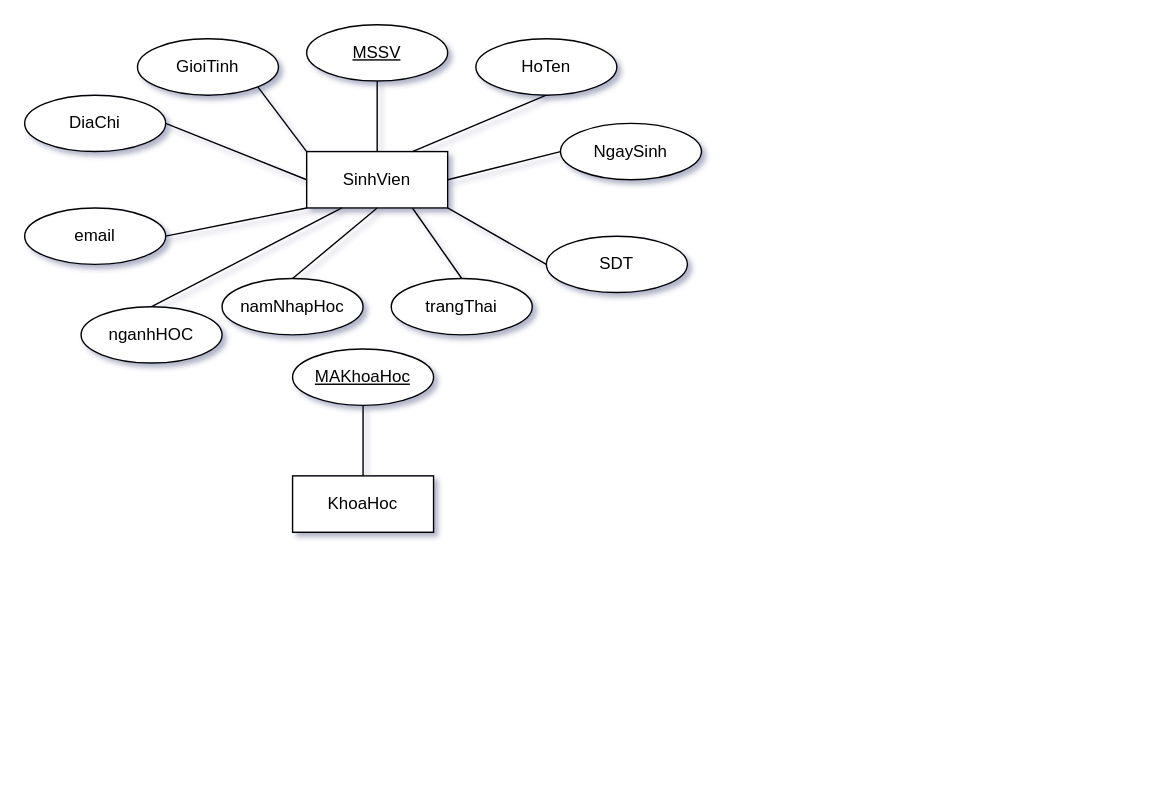
hoThanhThien/tkcsdl_HK_he keeps this draw.io diagram as test.drawio. Above is the earlier version. Source tidied: cells renumbered, new cells numbered last; positions are measured from the earlier drawing's top-left corner, leaving out a move shared by most shapes. Both pictures are drawn from the tidied source at 141%, with x=0, y=0 at pixel (24, 24).
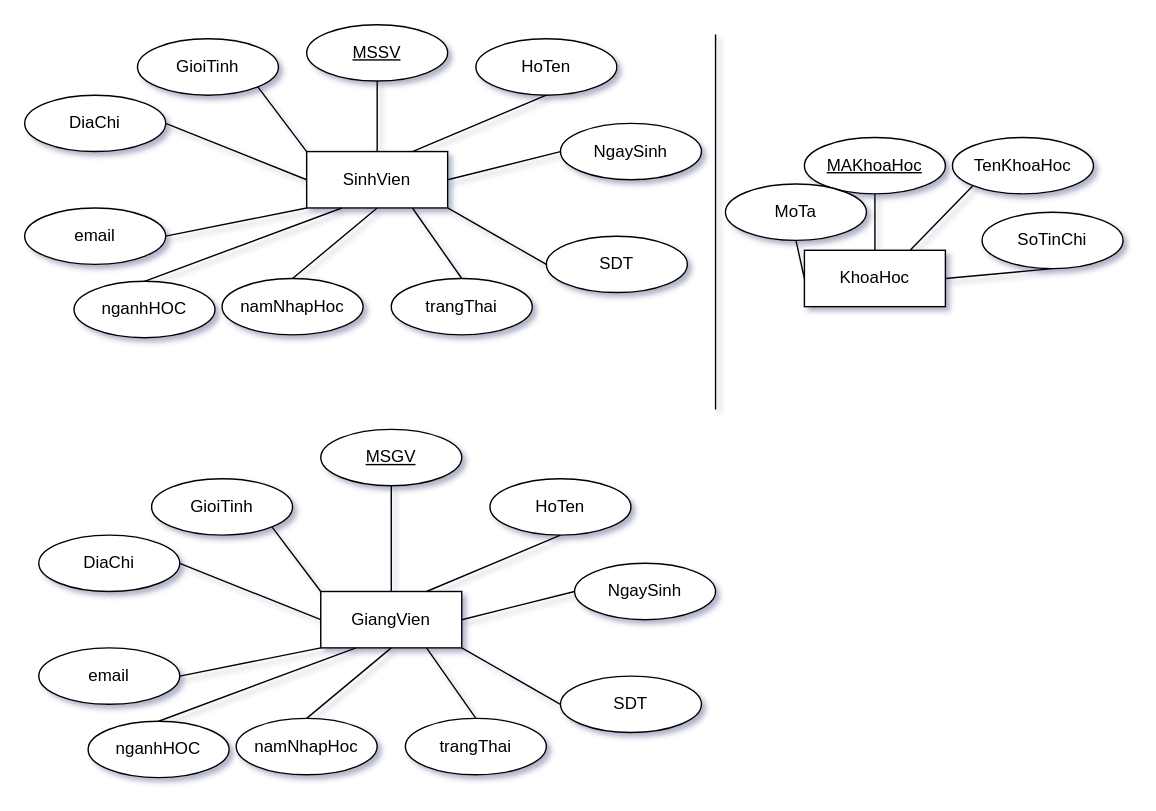
After the change.

Commit message (it also covers changes not shown here):
Cập nhật test.drawio

The edit, as a diff of the source:
```diff
@@
     <mxCell id="17" value="nganhHOC" style="ellipse;whiteSpace=wrap;html=1;align=center;labelBackgroundColor=none;rounded=0;" parent="1" vertex="1">
-      <mxGeometry x="40" y="200" width="100" height="40" as="geometry" />
+      <mxGeometry x="35" y="182" width="100" height="40" as="geometry" />
     </mxCell>
@@
     <mxCell id="23" value="KhoaHoc" style="whiteSpace=wrap;html=1;align=center;labelBackgroundColor=none;rounded=0;" parent="1" vertex="1">
-      <mxGeometry x="190" y="320" width="100" height="40" as="geometry" />
+      <mxGeometry x="553" y="160" width="100" height="40" as="geometry" />
     </mxCell>
     <mxCell id="24" value="MAKhoaHoc" style="ellipse;whiteSpace=wrap;html=1;align=center;fontStyle=4;labelBackgroundColor=none;rounded=0;" parent="1" vertex="1">
-      <mxGeometry x="190" y="230" width="100" height="40" as="geometry" />
+      <mxGeometry x="553" y="80" width="100" height="40" as="geometry" />
     </mxCell>
@@
+    <mxCell id="26" value="TenKhoaHoc" style="ellipse;whiteSpace=wrap;html=1;align=center;labelBackgroundColor=none;rounded=0;" parent="1" vertex="1">
+      <mxGeometry x="658" y="80" width="100" height="40" as="geometry" />
+    </mxCell>
+    <mxCell id="27" style="endArrow=none;html=1;rounded=0;exitX=0.75;exitY=0;exitDx=0;exitDy=0;entryX=0;entryY=1;entryDx=0;entryDy=0;labelBackgroundColor=none;fontColor=default;" parent="1" edge="1" source="23" target="26">
+      <mxGeometry relative="1" as="geometry" />
+    </mxCell>
+    <mxCell id="28" value="SoTinChi" style="ellipse;whiteSpace=wrap;html=1;align=center;labelBackgroundColor=none;rounded=0;" parent="1" vertex="1">
+      <mxGeometry x="679" y="133" width="100" height="40" as="geometry" />
+    </mxCell>
+    <mxCell id="29" style="endArrow=none;html=1;rounded=0;exitX=1;exitY=0.5;exitDx=0;exitDy=0;entryX=0.5;entryY=1;entryDx=0;entryDy=0;labelBackgroundColor=none;fontColor=default;" parent="1" edge="1" source="23" target="28">
+      <mxGeometry relative="1" as="geometry" />
+    </mxCell>
+    <mxCell id="30" value="MoTa" style="ellipse;whiteSpace=wrap;html=1;align=center;labelBackgroundColor=none;rounded=0;" parent="1" vertex="1">
+      <mxGeometry x="497" y="113" width="100" height="40" as="geometry" />
+    </mxCell>
+    <mxCell id="31" style="endArrow=none;html=1;rounded=0;entryX=0;entryY=0.5;entryDx=0;entryDy=0;labelBackgroundColor=none;fontColor=default;exitX=0.5;exitY=1;exitDx=0;exitDy=0;" parent="1" edge="1" source="30" target="23">
+      <mxGeometry relative="1" as="geometry" />
+    </mxCell>
+    <mxCell id="32" style="endArrow=none;html=1;rounded=0;" parent="1" edge="1">
+      <mxGeometry relative="1" as="geometry">
+        <mxPoint x="490" y="7" as="sourcePoint" />
+        <mxPoint x="490" y="273" as="targetPoint" />
+      </mxGeometry>
+    </mxCell>
+    <mxCell id="33" value="GiangVien" style="whiteSpace=wrap;html=1;align=center;labelBackgroundColor=none;rounded=0;" parent="1" vertex="1">
+      <mxGeometry x="210" y="402" width="100" height="40" as="geometry" />
+    </mxCell>
+    <mxCell id="34" style="endArrow=none;html=1;rounded=0;exitX=0.5;exitY=0;exitDx=0;exitDy=0;labelBackgroundColor=none;fontColor=default;entryX=0.5;entryY=1;entryDx=0;entryDy=0;" parent="1" edge="1" source="33" target="53">
+      <mxGeometry relative="1" as="geometry" />
+    </mxCell>
+    <mxCell id="35" value="HoTen" style="ellipse;whiteSpace=wrap;html=1;align=center;labelBackgroundColor=none;rounded=0;" parent="1" vertex="1">
+      <mxGeometry x="330" y="322" width="100" height="40" as="geometry" />
+    </mxCell>
+    <mxCell id="36" style="endArrow=none;html=1;rounded=0;exitX=0.75;exitY=0;exitDx=0;exitDy=0;entryX=0.5;entryY=1;entryDx=0;entryDy=0;labelBackgroundColor=none;fontColor=default;" parent="1" edge="1" source="33" target="35">
+      <mxGeometry relative="1" as="geometry" />
+    </mxCell>
+    <mxCell id="37" value="NgaySinh" style="ellipse;whiteSpace=wrap;html=1;align=center;labelBackgroundColor=none;rounded=0;" parent="1" vertex="1">
+      <mxGeometry x="390" y="382" width="100" height="40" as="geometry" />
+    </mxCell>
+    <mxCell id="38" style="endArrow=none;html=1;rounded=0;exitX=1;exitY=0.5;exitDx=0;exitDy=0;entryX=0;entryY=0.5;entryDx=0;entryDy=0;labelBackgroundColor=none;fontColor=default;" parent="1" edge="1" source="33" target="37">
+      <mxGeometry relative="1" as="geometry" />
+    </mxCell>
+    <mxCell id="39" value="GioiTinh" style="ellipse;whiteSpace=wrap;html=1;align=center;labelBackgroundColor=none;rounded=0;" parent="1" vertex="1">
+      <mxGeometry x="90" y="322" width="100" height="40" as="geometry" />
+    </mxCell>
+    <mxCell id="40" style="endArrow=none;html=1;rounded=0;exitX=0;exitY=0;exitDx=0;exitDy=0;entryX=1;entryY=1;entryDx=0;entryDy=0;labelBackgroundColor=none;fontColor=default;" parent="1" edge="1" source="33" target="39">
+      <mxGeometry relative="1" as="geometry" />
+    </mxCell>
+    <mxCell id="41" value="DiaChi" style="ellipse;whiteSpace=wrap;html=1;align=center;labelBackgroundColor=none;rounded=0;" parent="1" vertex="1">
+      <mxGeometry x="10" y="362" width="100" height="40" as="geometry" />
+    </mxCell>
+    <mxCell id="42" style="endArrow=none;html=1;rounded=0;exitX=0;exitY=0.5;exitDx=0;exitDy=0;entryX=1;entryY=0.5;entryDx=0;entryDy=0;labelBackgroundColor=none;fontColor=default;" parent="1" edge="1" source="33" target="41">
+      <mxGeometry relative="1" as="geometry" />
+    </mxCell>
+    <mxCell id="43" value="email" style="ellipse;whiteSpace=wrap;html=1;align=center;labelBackgroundColor=none;rounded=0;" parent="1" vertex="1">
+      <mxGeometry x="10" y="442" width="100" height="40" as="geometry" />
+    </mxCell>
+    <mxCell id="44" style="endArrow=none;html=1;rounded=0;exitX=0;exitY=1;exitDx=0;exitDy=0;entryX=1;entryY=0.5;entryDx=0;entryDy=0;labelBackgroundColor=none;fontColor=default;" parent="1" edge="1" source="33" target="43">
+      <mxGeometry relative="1" as="geometry" />
+    </mxCell>
+    <mxCell id="45" value="SDT" style="ellipse;whiteSpace=wrap;html=1;align=center;labelBackgroundColor=none;rounded=0;" parent="1" vertex="1">
+      <mxGeometry x="380" y="462" width="100" height="40" as="geometry" />
+    </mxCell>
+    <mxCell id="46" style="endArrow=none;html=1;rounded=0;exitX=1;exitY=1;exitDx=0;exitDy=0;entryX=0;entryY=0.5;entryDx=0;entryDy=0;labelBackgroundColor=none;fontColor=default;" parent="1" edge="1" source="33" target="45">
+      <mxGeometry relative="1" as="geometry" />
+    </mxCell>
+    <mxCell id="47" value="nganhHOC" style="ellipse;whiteSpace=wrap;html=1;align=center;labelBackgroundColor=none;rounded=0;" parent="1" vertex="1">
+      <mxGeometry x="45" y="494" width="100" height="40" as="geometry" />
+    </mxCell>
+    <mxCell id="48" style="endArrow=none;html=1;rounded=0;exitX=0.25;exitY=1;exitDx=0;exitDy=0;entryX=0.5;entryY=0;entryDx=0;entryDy=0;labelBackgroundColor=none;fontColor=default;" parent="1" edge="1" source="33" target="47">
+      <mxGeometry relative="1" as="geometry" />
+    </mxCell>
+    <mxCell id="49" value="namNhapHoc" style="ellipse;whiteSpace=wrap;html=1;align=center;labelBackgroundColor=none;rounded=0;" parent="1" vertex="1">
+      <mxGeometry x="150" y="492" width="100" height="40" as="geometry" />
+    </mxCell>
+    <mxCell id="50" style="endArrow=none;html=1;rounded=0;exitX=0.5;exitY=1;exitDx=0;exitDy=0;entryX=0.5;entryY=0;entryDx=0;entryDy=0;labelBackgroundColor=none;fontColor=default;" parent="1" edge="1" source="33" target="49">
+      <mxGeometry relative="1" as="geometry" />
+    </mxCell>
+    <mxCell id="51" value="trangThai" style="ellipse;whiteSpace=wrap;html=1;align=center;labelBackgroundColor=none;rounded=0;" parent="1" vertex="1">
+      <mxGeometry x="270" y="492" width="100" height="40" as="geometry" />
+    </mxCell>
+    <mxCell id="52" style="endArrow=none;html=1;rounded=0;exitX=0.75;exitY=1;exitDx=0;exitDy=0;entryX=0.5;entryY=0;entryDx=0;entryDy=0;labelBackgroundColor=none;fontColor=default;" parent="1" edge="1" source="33" target="51">
+      <mxGeometry relative="1" as="geometry" />
+    </mxCell>
+    <mxCell id="53" value="MSGV" style="ellipse;whiteSpace=wrap;html=1;align=center;fontStyle=4;labelBackgroundColor=none;rounded=0;" parent="1" vertex="1">
+      <mxGeometry x="210" y="287" width="100" height="40" as="geometry" />
+    </mxCell>
```
